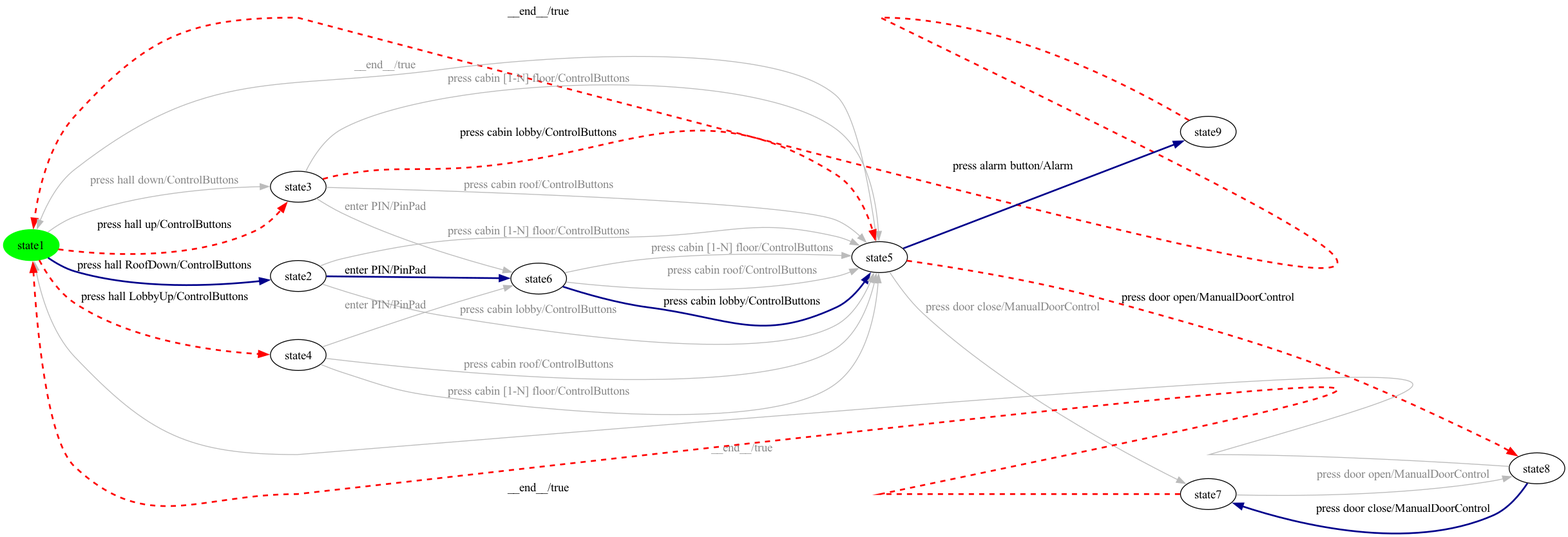
Above: milestone-reports/per-product-all-states/Elevator/Elevator-product40-walk.png in dilekozturk93/vibes (Graphviz), before the change. Its source is kept beside it as milestone-reports/per-product-all-states/Elevator/Elevator-product40-walk.dot. Its diagram source:
```dot
digraph G {
rankdir=LR;
state0[ label = "state1", style=filled, color=green ];
state1 [ label = "state9" ];
state2 [ label = "state6" ];
state3 [ label = "state5" ];
state4 [ label = "state8" ];
state5 [ label = "state7" ];
state6 [ label = "state2" ];
state7 [ label = "state4" ];
state8 [ label = "state3" ];
state0 -> state6 [ label=" press hall RoofDown/ControlButtons ", style=bold, color=darkblue, penwidth=2 ];
state7 -> state3 [ label=" press cabin roof/ControlButtons ", color="#bbbbbb", fontcolor="#888888" ];
state3 -> state1 [ label=" press alarm button/Alarm ", style=bold, color=darkblue, penwidth=2 ];
state7 -> state3 [ label=" press cabin [1-N] floor/ControlButtons ", color="#bbbbbb", fontcolor="#888888" ];
state6 -> state2 [ label=" enter PIN/PinPad ", style=bold, color=darkblue, penwidth=2 ];
state3 -> state4 [ label=" press door open/ManualDoorControl ", style=dashed, color=red, penwidth=2 ];
state3 -> state5 [ label=" press door close/ManualDoorControl ", color="#bbbbbb", fontcolor="#888888" ];
state5 -> state0 [ label=" __end__/true ", style=dashed, color=red, penwidth=2 ];
state6 -> state3 [ label=" press cabin lobby/ControlButtons ", color="#bbbbbb", fontcolor="#888888" ];
state8 -> state3 [ label=" press cabin [1-N] floor/ControlButtons ", color="#bbbbbb", fontcolor="#888888" ];
state2 -> state3 [ label=" press cabin lobby/ControlButtons ", style=bold, color=darkblue, penwidth=2 ];
state2 -> state3 [ label=" press cabin [1-N] floor/ControlButtons ", color="#bbbbbb", fontcolor="#888888" ];
state1 -> state0 [ label=" __end__/true ", style=dashed, color=red, penwidth=2 ];
state8 -> state2 [ label=" enter PIN/PinPad ", color="#bbbbbb", fontcolor="#888888" ];
state0 -> state8 [ label=" press hall up/ControlButtons ", style=dashed, color=red, penwidth=2 ];
state4 -> state5 [ label=" press door close/ManualDoorControl ", style=bold, color=darkblue, penwidth=2 ];
state6 -> state3 [ label=" press cabin [1-N] floor/ControlButtons ", color="#bbbbbb", fontcolor="#888888" ];
state2 -> state3 [ label=" press cabin roof/ControlButtons ", color="#bbbbbb", fontcolor="#888888" ];
state4 -> state0 [ label=" __end__/true ", color="#bbbbbb", fontcolor="#888888" ];
state8 -> state3 [ label=" press cabin lobby/ControlButtons ", style=dashed, color=red, penwidth=2 ];
state7 -> state2 [ label=" enter PIN/PinPad ", color="#bbbbbb", fontcolor="#888888" ];
state8 -> state3 [ label=" press cabin roof/ControlButtons ", color="#bbbbbb", fontcolor="#888888" ];
state5 -> state4 [ label=" press door open/ManualDoorControl ", color="#bbbbbb", fontcolor="#888888" ];
state0 -> state8 [ label=" press hall down/ControlButtons ", color="#bbbbbb", fontcolor="#888888" ];
state0 -> state7 [ label=" press hall LobbyUp/ControlButtons ", style=dashed, color=red, penwidth=2 ];
state3 -> state0 [ label=" __end__/true ", color="#bbbbbb", fontcolor="#888888" ];
}
```
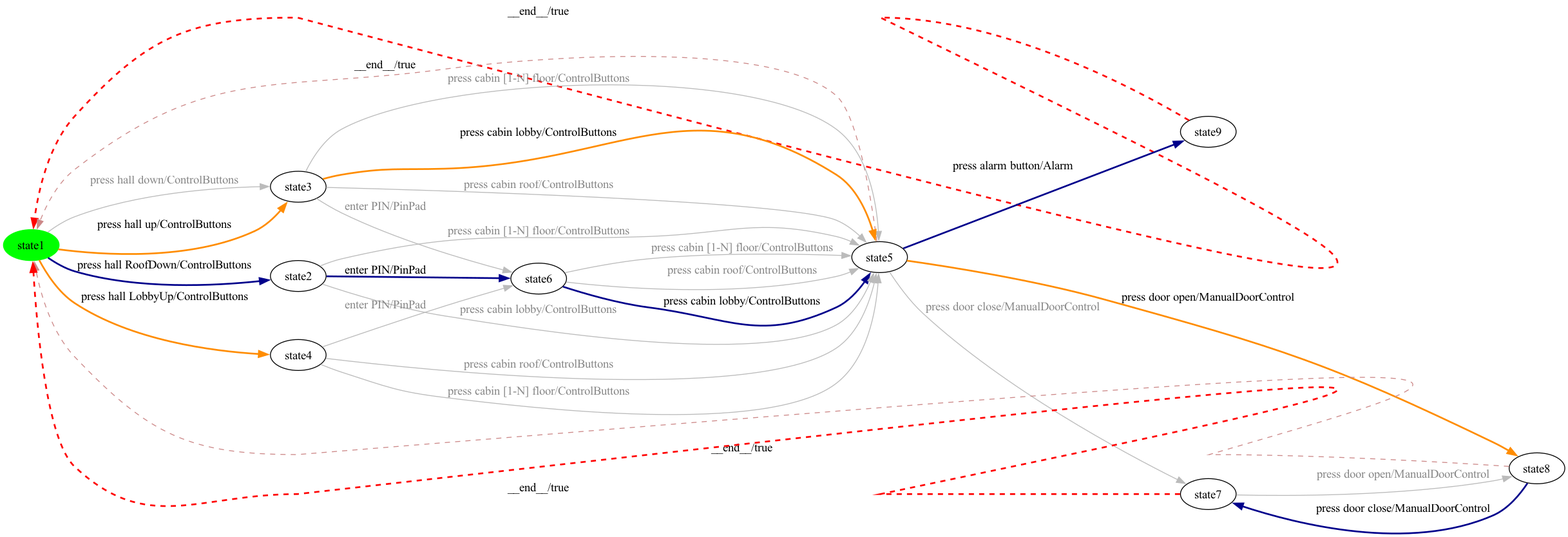
Later version of the same file.

The edit, as a diff of the source:
```diff
@@ -14,7 +14,7 @@
 state3 -> state1 [ label=" press alarm button/Alarm ", style=bold, color=darkblue, penwidth=2 ];
 state7 -> state3 [ label=" press cabin [1-N] floor/ControlButtons ", color="#bbbbbb", fontcolor="#888888" ];
 state6 -> state2 [ label=" enter PIN/PinPad ", style=bold, color=darkblue, penwidth=2 ];
-state3 -> state4 [ label=" press door open/ManualDoorControl ", style=dashed, color=red, penwidth=2 ];
+state3 -> state4 [ label=" press door open/ManualDoorControl ", style=bold, color=darkorange, penwidth=2 ];
 state3 -> state5 [ label=" press door close/ManualDoorControl ", color="#bbbbbb", fontcolor="#888888" ];
 state5 -> state0 [ label=" __end__/true ", style=dashed, color=red, penwidth=2 ];
 state6 -> state3 [ label=" press cabin lobby/ControlButtons ", color="#bbbbbb", fontcolor="#888888" ];
@@ -23,16 +23,16 @@
 state2 -> state3 [ label=" press cabin [1-N] floor/ControlButtons ", color="#bbbbbb", fontcolor="#888888" ];
 state1 -> state0 [ label=" __end__/true ", style=dashed, color=red, penwidth=2 ];
 state8 -> state2 [ label=" enter PIN/PinPad ", color="#bbbbbb", fontcolor="#888888" ];
-state0 -> state8 [ label=" press hall up/ControlButtons ", style=dashed, color=red, penwidth=2 ];
+state0 -> state8 [ label=" press hall up/ControlButtons ", style=bold, color=darkorange, penwidth=2 ];
 state4 -> state5 [ label=" press door close/ManualDoorControl ", style=bold, color=darkblue, penwidth=2 ];
 state6 -> state3 [ label=" press cabin [1-N] floor/ControlButtons ", color="#bbbbbb", fontcolor="#888888" ];
 state2 -> state3 [ label=" press cabin roof/ControlButtons ", color="#bbbbbb", fontcolor="#888888" ];
-state4 -> state0 [ label=" __end__/true ", color="#bbbbbb", fontcolor="#888888" ];
-state8 -> state3 [ label=" press cabin lobby/ControlButtons ", style=dashed, color=red, penwidth=2 ];
+state4 -> state0 [ label=" __end__/true ", style=dashed, color="#cc8888" ];
+state8 -> state3 [ label=" press cabin lobby/ControlButtons ", style=bold, color=darkorange, penwidth=2 ];
 state7 -> state2 [ label=" enter PIN/PinPad ", color="#bbbbbb", fontcolor="#888888" ];
 state8 -> state3 [ label=" press cabin roof/ControlButtons ", color="#bbbbbb", fontcolor="#888888" ];
 state5 -> state4 [ label=" press door open/ManualDoorControl ", color="#bbbbbb", fontcolor="#888888" ];
 state0 -> state8 [ label=" press hall down/ControlButtons ", color="#bbbbbb", fontcolor="#888888" ];
-state0 -> state7 [ label=" press hall LobbyUp/ControlButtons ", style=dashed, color=red, penwidth=2 ];
-state3 -> state0 [ label=" __end__/true ", color="#bbbbbb", fontcolor="#888888" ];
+state0 -> state7 [ label=" press hall LobbyUp/ControlButtons ", style=bold, color=darkorange, penwidth=2 ];
+state3 -> state0 [ label=" __end__/true ", style=dashed, color="#cc8888" ];
 }
```
